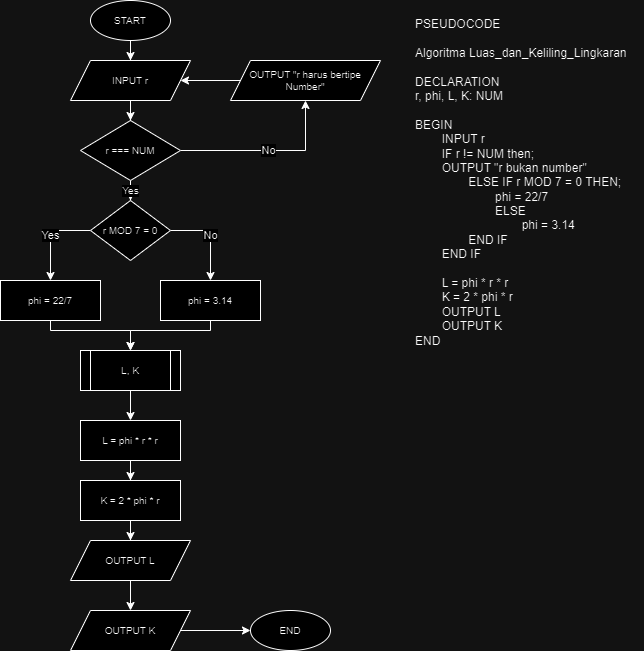
Above: 5-Flowchart-Luas dan Keliling Lingkaran.drawio.png in mfdrfauzi/fwg17-computer-science (draw.io), before the change. Source tidied: cells renumbered, new cells last; positions are measured from the earlier drawing's top-left corner, leaving out a move shared by most shapes.
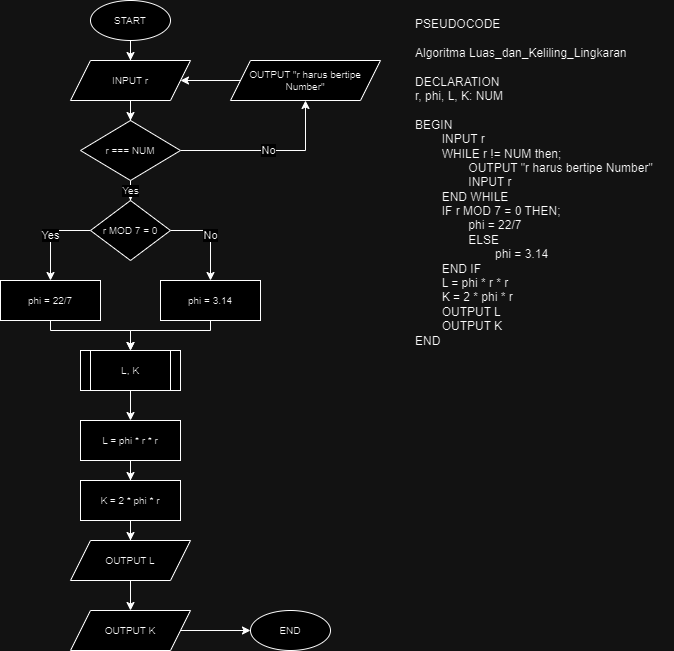
Above is the later version.

What changed in the source:
```diff
@@ -73,8 +73,8 @@
     <mxCell id="22" value="OUTPUT &quot;r harus bertipe Number&quot;" style="shape=parallelogram;perimeter=parallelogramPerimeter;whiteSpace=wrap;html=1;fixedSize=1;fontSize=10;" parent="1" vertex="1">
       <mxGeometry x="230" y="60" width="150" height="40" as="geometry" />
     </mxCell>
-    <mxCell id="23" value="PSEUDOCODE&lt;br&gt;&lt;br&gt;&lt;div&gt;Algoritma Luas_dan_Keliling_Lingkaran&lt;/div&gt;&lt;div&gt;&lt;br&gt;&lt;/div&gt;&lt;div&gt;DECLARATION&lt;/div&gt;&lt;div&gt;r, phi, L, K: NUM&lt;/div&gt;&lt;div&gt;&lt;br&gt;&lt;/div&gt;&lt;div&gt;BEGIN&lt;/div&gt;&lt;div&gt;&lt;span style=&quot;white-space: pre;&quot;&gt;&#9;&lt;/span&gt;INPUT r&lt;span style=&quot;&quot;&gt;&lt;/span&gt;&lt;/div&gt;&lt;div&gt;&lt;span style=&quot;white-space: pre;&quot;&gt;&#9;&lt;/span&gt;IF r != NUM then;&lt;/div&gt;&lt;div&gt;&lt;span style=&quot;&quot;&gt;&lt;span style=&quot;&quot;&gt;&lt;span style=&quot;white-space: pre;&quot;&gt;&amp;nbsp;&amp;nbsp;&amp;nbsp;&amp;nbsp;&lt;span style=&quot;white-space: pre;&quot;&gt;&#9;&lt;/span&gt;&lt;/span&gt;&lt;/span&gt;OUTPUT &quot;r bukan number&quot;&lt;/span&gt;&lt;/div&gt;&lt;div&gt;&lt;span style=&quot;&quot;&gt;&lt;span style=&quot;&quot;&gt;&lt;span style=&quot;white-space: pre;&quot;&gt;&amp;nbsp;&amp;nbsp;&amp;nbsp;&amp;nbsp;&lt;span style=&quot;white-space: pre;&quot;&gt;&#9;&lt;span style=&quot;white-space: pre;&quot;&gt;&#9;&lt;/span&gt;&lt;/span&gt;&lt;/span&gt;&lt;/span&gt;ELSE IF r MOD 7 = 0 THEN;&lt;/span&gt;&lt;/div&gt;&lt;div&gt;&lt;span style=&quot;&quot;&gt;&lt;span style=&quot;&quot;&gt;&lt;span style=&quot;white-space: pre;&quot;&gt;&amp;nbsp;&amp;nbsp;&amp;nbsp;&amp;nbsp;&lt;/span&gt;&lt;span style=&quot;white-space: pre;&quot;&gt;&amp;nbsp;&amp;nbsp;&amp;nbsp;&amp;nbsp;&lt;span style=&quot;white-space: pre;&quot;&gt;&#9;&lt;span style=&quot;white-space: pre;&quot;&gt;&#9;&lt;/span&gt;&lt;/span&gt;phi &lt;/span&gt;&lt;/span&gt;= 22/7&lt;/span&gt;&lt;/div&gt;&lt;div&gt;&lt;span style=&quot;&quot;&gt;&lt;span style=&quot;&quot;&gt;&lt;span style=&quot;white-space: pre;&quot;&gt;&amp;nbsp;&amp;nbsp;&amp;nbsp;&amp;nbsp;&lt;/span&gt;&lt;span style=&quot;white-space: pre;&quot;&gt;&amp;nbsp;&amp;nbsp;&amp;nbsp;&amp;nbsp;&lt;span style=&quot;white-space: pre;&quot;&gt;&#9;&lt;span style=&quot;white-space: pre;&quot;&gt;&#9;&lt;/span&gt;&lt;/span&gt;ELSE&lt;/span&gt;&lt;/span&gt;&lt;/span&gt;&lt;/div&gt;&lt;div&gt;&lt;span style=&quot;&quot;&gt;&lt;span style=&quot;&quot;&gt;&lt;span style=&quot;white-space: pre;&quot;&gt;&amp;nbsp;&amp;nbsp;&amp;nbsp;&amp;nbsp;&lt;/span&gt;&lt;span style=&quot;white-space: pre;&quot;&gt;&amp;nbsp;&amp;nbsp;&amp;nbsp;&amp;nbsp;&lt;/span&gt;&lt;span style=&quot;white-space: pre;&quot;&gt;&amp;nbsp;&amp;nbsp;&amp;nbsp;&amp;nbsp;&lt;span style=&quot;white-space: pre;&quot;&gt;&#9;&lt;span style=&quot;white-space: pre;&quot;&gt;&#9;&lt;span style=&quot;white-space: pre;&quot;&gt;&#9;&lt;/span&gt;&lt;/span&gt;&lt;/span&gt;phi&lt;/span&gt;&lt;/span&gt;&amp;nbsp;= 3.14&lt;/span&gt;&lt;/div&gt;&lt;div&gt;&lt;span style=&quot;&quot;&gt;&lt;span style=&quot;&quot;&gt;&lt;span style=&quot;white-space: pre;&quot;&gt;&amp;nbsp;&amp;nbsp;&amp;nbsp;&amp;nbsp;&lt;span style=&quot;white-space: pre;&quot;&gt;&#9;&lt;span style=&quot;white-space: pre;&quot;&gt;&#9;&lt;/span&gt;&lt;/span&gt;&lt;/span&gt;&lt;/span&gt;END IF&lt;/span&gt;&lt;/div&gt;&lt;div&gt;&lt;span style=&quot;white-space: pre;&quot;&gt;&#9;&lt;/span&gt;END IF&lt;/div&gt;&lt;div&gt;&lt;br&gt;&lt;/div&gt;&lt;div&gt;&lt;span style=&quot;&quot;&gt;&lt;span style=&quot;white-space: pre;&quot;&gt;&#9;&lt;/span&gt;L = phi * r * r&lt;/span&gt;&lt;/div&gt;&lt;div&gt;&lt;span style=&quot;&quot;&gt;&lt;span style=&quot;white-space: pre;&quot;&gt;&#9;&lt;/span&gt;K = 2 * phi * r&lt;/span&gt;&lt;/div&gt;&lt;div&gt;&lt;span style=&quot;&quot;&gt;&lt;span style=&quot;white-space: pre;&quot;&gt;&#9;&lt;/span&gt;OUTPUT L&lt;/span&gt;&lt;/div&gt;&lt;div&gt;&lt;span style=&quot;&quot;&gt;&lt;span style=&quot;white-space: pre;&quot;&gt;&#9;&lt;/span&gt;OUTPUT K&lt;/span&gt;&lt;/div&gt;&lt;div&gt;END&lt;/div&gt;" style="text;html=1;align=left;verticalAlign=top;strokeColor=none;fillColor=none;" parent="1" vertex="1">
-      <mxGeometry x="413" y="10" width="230" height="340" as="geometry" />
+    <mxCell id="23" value="PSEUDOCODE&lt;br&gt;&lt;br&gt;&lt;div&gt;Algoritma Luas_dan_Keliling_Lingkaran&lt;/div&gt;&lt;div&gt;&lt;br&gt;&lt;/div&gt;&lt;div&gt;DECLARATION&lt;/div&gt;&lt;div&gt;r, phi, L, K: NUM&lt;/div&gt;&lt;div&gt;&lt;br&gt;&lt;/div&gt;&lt;div&gt;BEGIN&lt;/div&gt;&lt;div&gt;&lt;span style=&quot;white-space: pre;&quot;&gt;&#9;&lt;/span&gt;INPUT r&lt;/div&gt;&lt;div&gt;&lt;span style=&quot;white-space: pre;&quot;&gt;&#9;&lt;/span&gt;WHILE&amp;nbsp;r != NUM then;&lt;/div&gt;&lt;div&gt;&lt;span style=&quot;&quot;&gt;&lt;span style=&quot;&quot;&gt;&lt;span style=&quot;white-space: pre;&quot;&gt;&amp;nbsp;&amp;nbsp;&amp;nbsp;&amp;nbsp;&lt;span style=&quot;white-space: pre;&quot;&gt;&#9;&lt;span style=&quot;white-space: pre;&quot;&gt;&#9;&lt;/span&gt;&lt;/span&gt;&lt;/span&gt;&lt;/span&gt;OUTPUT &quot;r harus bertipe Number&quot;&lt;/span&gt;&lt;/div&gt;&lt;div&gt;&lt;span style=&quot;&quot;&gt;&lt;span style=&quot;white-space: pre;&quot;&gt;&#9;&lt;span style=&quot;white-space: pre;&quot;&gt;&#9;&lt;/span&gt;I&lt;/span&gt;NPUT r&lt;br&gt;&lt;/span&gt;&lt;/div&gt;&lt;div&gt;&lt;span style=&quot;&quot;&gt;&lt;span style=&quot;white-space: pre;&quot;&gt;&#9;&lt;/span&gt;END WHILE&lt;/span&gt;&lt;/div&gt;&lt;div&gt;&lt;span style=&quot;&quot;&gt;&lt;span style=&quot;&quot;&gt;&lt;span style=&quot;white-space: pre;&quot;&gt;&amp;nbsp;&amp;nbsp;&amp;nbsp;&amp;nbsp;&lt;span style=&quot;white-space: pre;&quot;&gt;&#9;&lt;/span&gt;&lt;/span&gt;&lt;/span&gt;IF r MOD 7 = 0 THEN;&lt;/span&gt;&lt;/div&gt;&lt;div&gt;&lt;span style=&quot;&quot;&gt;&lt;span style=&quot;&quot;&gt;&lt;span style=&quot;white-space: pre;&quot;&gt;&amp;nbsp;&amp;nbsp;&amp;nbsp;&amp;nbsp;&lt;/span&gt;&lt;span style=&quot;white-space: pre;&quot;&gt;&amp;nbsp;&amp;nbsp;&amp;nbsp;&amp;nbsp;&lt;span style=&quot;white-space: pre;&quot;&gt;&#9;&lt;/span&gt;phi &lt;/span&gt;&lt;/span&gt;= 22/7&lt;/span&gt;&lt;/div&gt;&lt;div&gt;&lt;span style=&quot;&quot;&gt;&lt;span style=&quot;&quot;&gt;&lt;span style=&quot;white-space: pre;&quot;&gt;&amp;nbsp;&amp;nbsp;&amp;nbsp;&amp;nbsp;&lt;/span&gt;&lt;span style=&quot;white-space: pre;&quot;&gt;&amp;nbsp;&amp;nbsp;&amp;nbsp;&amp;nbsp;&lt;span style=&quot;white-space: pre;&quot;&gt;&#9;&lt;/span&gt;ELSE&lt;/span&gt;&lt;/span&gt;&lt;/span&gt;&lt;/div&gt;&lt;div&gt;&lt;span style=&quot;&quot;&gt;&lt;span style=&quot;&quot;&gt;&lt;span style=&quot;white-space: pre;&quot;&gt;&amp;nbsp;&amp;nbsp;&amp;nbsp;&amp;nbsp;&lt;/span&gt;&lt;span style=&quot;white-space: pre;&quot;&gt;&amp;nbsp;&amp;nbsp;&amp;nbsp;&amp;nbsp;&lt;/span&gt;&lt;span style=&quot;white-space: pre;&quot;&gt;&amp;nbsp;&amp;nbsp;&amp;nbsp;&amp;nbsp;&lt;span style=&quot;white-space: pre;&quot;&gt;&lt;span style=&quot;white-space: pre;&quot;&gt;&#9;&lt;span style=&quot;white-space: pre;&quot;&gt;&#9;&lt;/span&gt;&lt;/span&gt;&lt;/span&gt;phi&lt;/span&gt;&lt;/span&gt;&amp;nbsp;= 3.14&lt;/span&gt;&lt;/div&gt;&lt;div&gt;&lt;span style=&quot;&quot;&gt;&lt;span style=&quot;&quot;&gt;&lt;span style=&quot;white-space: pre;&quot;&gt;&amp;nbsp;&amp;nbsp;&amp;nbsp;&amp;nbsp;&lt;span style=&quot;white-space: pre;&quot;&gt;&#9;&lt;/span&gt;&lt;/span&gt;&lt;/span&gt;END IF&lt;/span&gt;&lt;/div&gt;&lt;div&gt;&lt;span style=&quot;&quot;&gt;&lt;span style=&quot;white-space: pre;&quot;&gt;&#9;&lt;/span&gt;L = phi * r * r&lt;/span&gt;&lt;/div&gt;&lt;div&gt;&lt;span style=&quot;&quot;&gt;&lt;span style=&quot;white-space: pre;&quot;&gt;&#9;&lt;/span&gt;K = 2 * phi * r&lt;/span&gt;&lt;/div&gt;&lt;div&gt;&lt;span style=&quot;&quot;&gt;&lt;span style=&quot;white-space: pre;&quot;&gt;&#9;&lt;/span&gt;OUTPUT L&lt;/span&gt;&lt;/div&gt;&lt;div&gt;&lt;span style=&quot;&quot;&gt;&lt;span style=&quot;white-space: pre;&quot;&gt;&#9;&lt;/span&gt;OUTPUT K&lt;/span&gt;&lt;/div&gt;&lt;div&gt;END&lt;/div&gt;" style="text;html=1;align=left;verticalAlign=top;strokeColor=none;fillColor=none;" parent="1" vertex="1">
+      <mxGeometry x="413" y="10" width="260" height="340" as="geometry" />
     </mxCell>
     <mxCell id="24" style="edgeStyle=orthogonalEdgeStyle;rounded=0;jettySize=auto;html=1;entryX=0;entryY=0.5;entryDx=0;entryDy=0;" parent="1" edge="1" source="25" target="18">
       <mxGeometry relative="1" as="geometry" />
```
